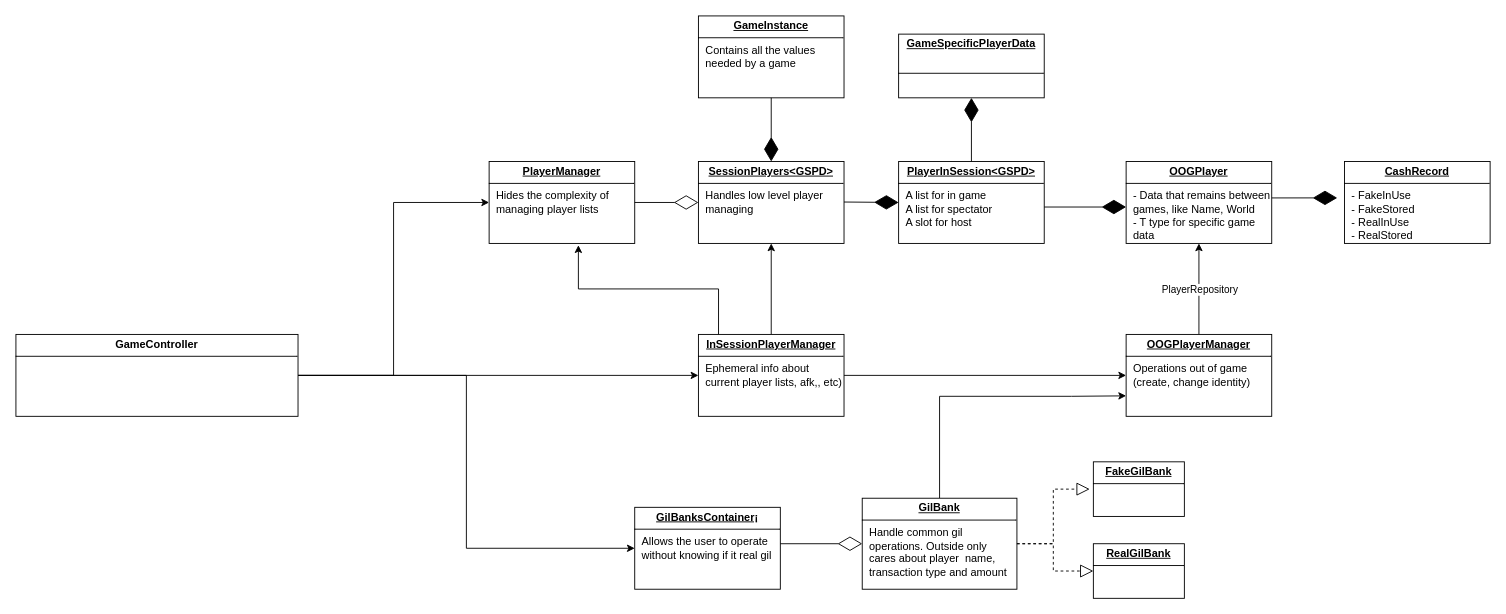
This is MinigamesArchitecture.drawio from Pistachio-dev/FFXIVChatMinigameCollection, a draw.io file, before an edit. Source tidied: cells renumbered, new cells numbered last; positions are measured from the earlier drawing's top-left corner, leaving out a move shared by most shapes. Both pictures are drawn from the tidied source at 91%, with x=0, y=0 at pixel (15, 15).
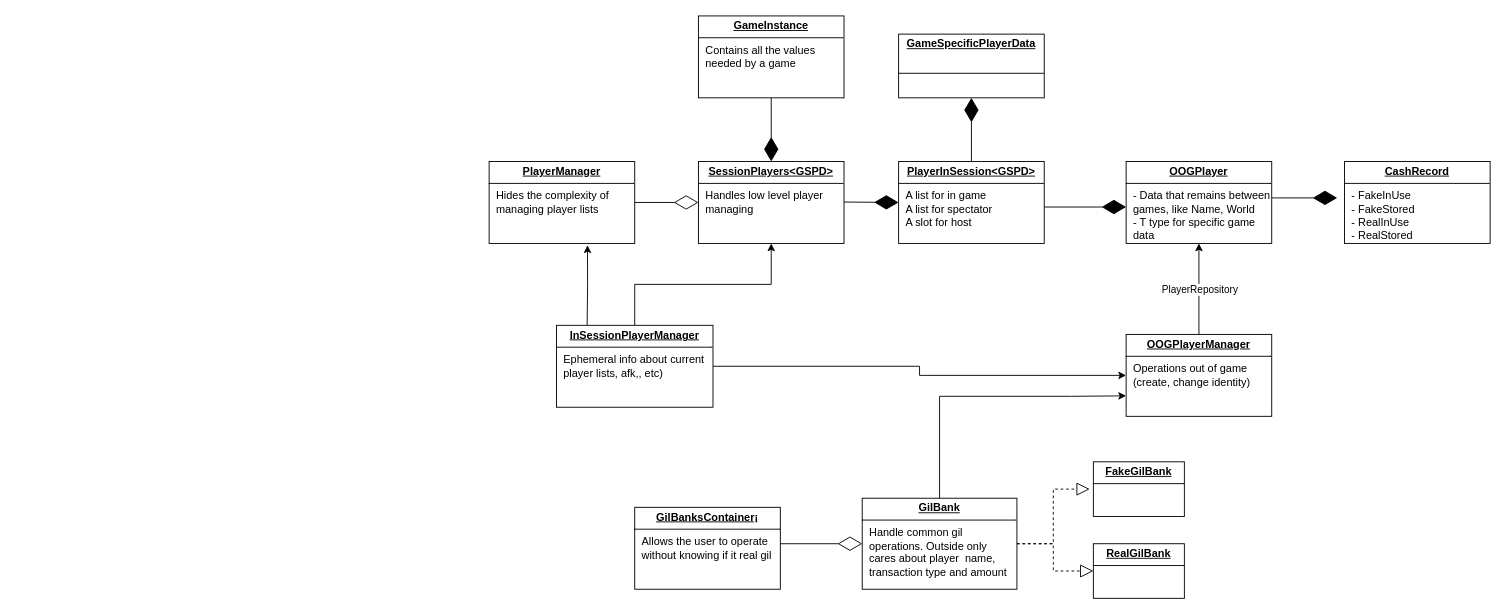
After the change.

Unchanged cells that the change refers to:
```xml
<mxCell id="15" value="&lt;p style=&quot;margin:0px;margin-top:4px;text-align:center;text-decoration:underline;&quot;&gt;&lt;b&gt;PlayerManager&lt;/b&gt;&lt;/p&gt;&lt;hr size=&quot;1&quot; style=&quot;border-style:solid;&quot;&gt;&lt;p style=&quot;margin:0px;margin-left:8px;&quot;&gt;Hides the complexity of&lt;/p&gt;&lt;p style=&quot;margin:0px;margin-left:8px;&quot;&gt;managing player lists&lt;/p&gt;" style="verticalAlign=top;align=left;overflow=fill;html=1;whiteSpace=wrap;" parent="1" vertex="1">
  <mxGeometry x="520" y="160" width="160" height="90" as="geometry" />
</mxCell>
<mxCell id="28" value="&lt;p style=&quot;margin:0px;margin-top:4px;text-align:center;text-decoration:underline;&quot;&gt;&lt;b&gt;GilBanksContainer¡&lt;/b&gt;&lt;/p&gt;&lt;hr size=&quot;1&quot; style=&quot;border-style:solid;&quot;&gt;&lt;p style=&quot;margin:0px;margin-left:8px;&quot;&gt;Allows the user to operate without knowing if it real gil&lt;/p&gt;" style="verticalAlign=top;align=left;overflow=fill;html=1;whiteSpace=wrap;" parent="1" vertex="1">
  <mxGeometry x="680" y="540" width="160" height="90" as="geometry" />
</mxCell>
```

What changed in the source:
```diff
@@
-    <mxCell id="11" style="edgeStyle=orthogonalEdgeStyle;rounded=0;jettySize=auto;html=1;entryX=0;entryY=0.5;entryDx=0;entryDy=0;" parent="1" edge="1" source="14" target="15">
-      <mxGeometry relative="1" as="geometry" />
-    </mxCell>
-    <mxCell id="12" style="edgeStyle=orthogonalEdgeStyle;rounded=0;jettySize=auto;html=1;entryX=0;entryY=0.5;entryDx=0;entryDy=0;" parent="1" edge="1" source="14" target="27">
-      <mxGeometry relative="1" as="geometry" />
-    </mxCell>
-    <mxCell id="13" style="edgeStyle=orthogonalEdgeStyle;rounded=0;jettySize=auto;html=1;entryX=0;entryY=0.5;entryDx=0;entryDy=0;" parent="1" edge="1" source="14" target="28">
-      <mxGeometry relative="1" as="geometry" />
-    </mxCell>
-    <mxCell id="14" value="&lt;p style=&quot;margin:0px;margin-top:4px;text-align:center;&quot;&gt;&lt;b&gt;GameController&lt;/b&gt;&lt;/p&gt;&lt;hr size=&quot;1&quot; style=&quot;border-style:solid;&quot;&gt;&lt;div style=&quot;height:2px;&quot;&gt;&lt;/div&gt;" style="verticalAlign=top;align=left;overflow=fill;html=1;whiteSpace=wrap;" parent="1" vertex="1">
-      <mxGeometry y="350" width="310" height="90" as="geometry" />
-    </mxCell>
@@
-    <mxCell id="26" style="edgeStyle=orthogonalEdgeStyle;rounded=0;jettySize=auto;html=1;entryX=0.613;entryY=1.022;entryDx=0;entryDy=0;exitX=0.138;exitY=0.011;exitDx=0;exitDy=0;exitPerimeter=0;entryPerimeter=0;" parent="1" edge="1" source="27" target="15">
-      <mxGeometry relative="1" as="geometry" />
+    <mxCell id="26" style="edgeStyle=orthogonalEdgeStyle;rounded=0;orthogonalLoop=1;jettySize=auto;html=1;entryX=0.613;entryY=1.022;entryDx=0;entryDy=0;exitX=0.138;exitY=0.011;exitDx=0;exitDy=0;exitPerimeter=0;entryPerimeter=0;" parent="1" edge="1">
+      <mxGeometry relative="1" as="geometry">
+        <mxPoint x="627.7" y="341" as="sourcePoint" />
+        <mxPoint x="628.1" y="252" as="targetPoint" />
+      </mxGeometry>
     </mxCell>
     <mxCell id="27" value="&lt;p style=&quot;margin:0px;margin-top:4px;text-align:center;text-decoration:underline;&quot;&gt;&lt;b&gt;InSessionPlayerManager&lt;/b&gt;&lt;/p&gt;&lt;hr size=&quot;1&quot; style=&quot;border-style:solid;&quot;&gt;&lt;p style=&quot;margin:0px;margin-left:8px;&quot;&gt;Ephemeral info about current player lists, afk,, etc)&lt;/p&gt;" style="verticalAlign=top;align=left;overflow=fill;html=1;whiteSpace=wrap;" parent="1" vertex="1">
-      <mxGeometry x="750" y="350" width="160" height="90" as="geometry" />
+      <mxGeometry x="594" y="340" width="172" height="90" as="geometry" />
     </mxCell>
```
